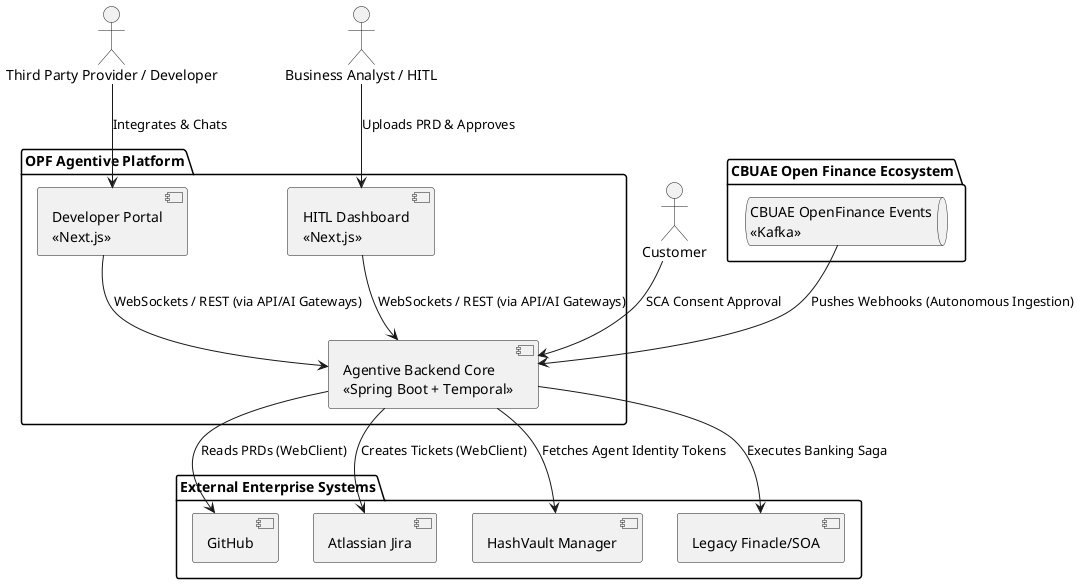
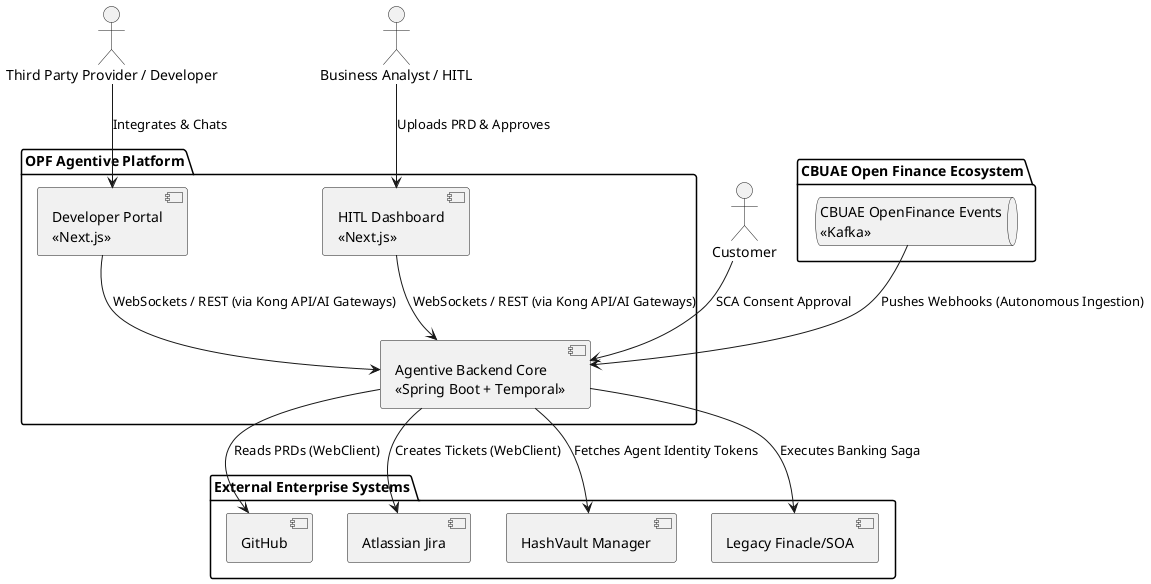
@startuml C4_Context
!define RECTANGLE class

skinparam rectangle {
    BackgroundColor #1168bd
    FontColor white
    BorderColor #0b4884
}

actor "Third Party Provider / Developer" as TPP
actor "Business Analyst / HITL" as BA
actor "Customer" as Customer

package "CBUAE Open Finance Ecosystem" {
    queue "CBUAE OpenFinance Events\n<<Kafka>>" as Kafka
}

package "OPF Agentive Platform" {
    component "Developer Portal\n<<Next.js>>" as DevPortal
    component "HITL Dashboard\n<<Next.js>>" as HitlDashboard
    component "Agentive Backend Core\n<<Spring Boot + Temporal>>" as Core
}

package "External Enterprise Systems" {
    component "GitHub" as GitHub
    component "Atlassian Jira" as Jira
    component "HashVault Manager" as Vault
    component "Legacy Finacle/SOA" as Finacle
}

TPP --> DevPortal : Integrates & Chats
BA --> HitlDashboard : Uploads PRD & Approves
- DevPortal --> Core : WebSockets / REST (via API/AI Gateways)
- HitlDashboard --> Core : WebSockets / REST (via API/AI Gateways)
+ DevPortal --> Core : WebSockets / REST (via Kong API/AI Gateways)
+ HitlDashboard --> Core : WebSockets / REST (via Kong API/AI Gateways)
Kafka --> Core : Pushes Webhooks (Autonomous Ingestion)
Customer --> Core : SCA Consent Approval
Core --> GitHub : Reads PRDs (WebClient)
Core --> Jira : Creates Tickets (WebClient)
Core --> Vault : Fetches Agent Identity Tokens
Core --> Finacle : Executes Banking Saga

@enduml
